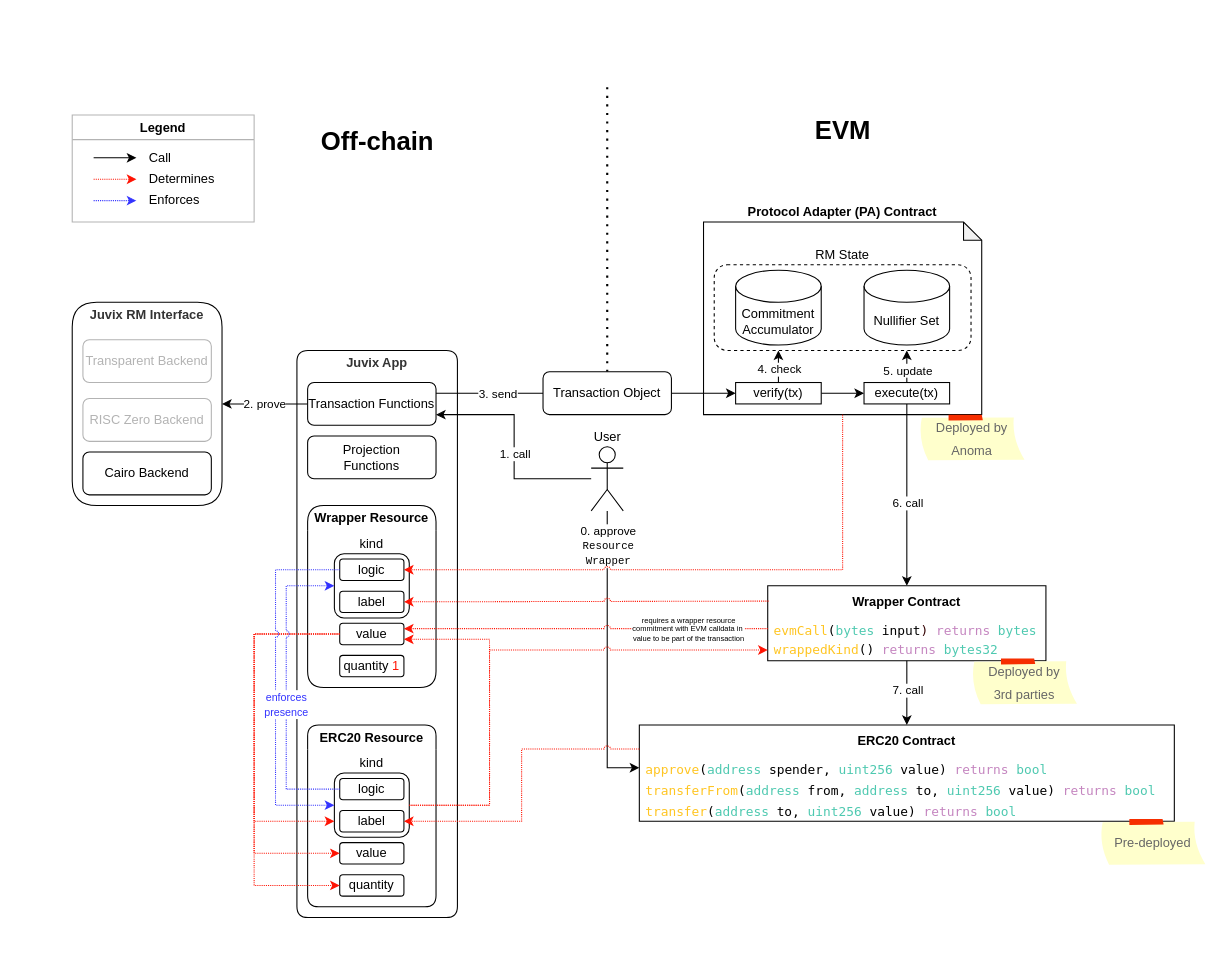
Earlier version of the draw.io diagram page "PA v2" (1 of 3) of EVMProtocolAdapter.drawio (anoma/evm-protocol-adapter). Source tidied: cells renumbered, new cells numbered last; positions are measured from the earlier drawing's top-left corner, leaving out a move shared by most shapes. Both pictures are drawn from the tidied source at 107%, with x=0, y=0 at pixel (18, 18).
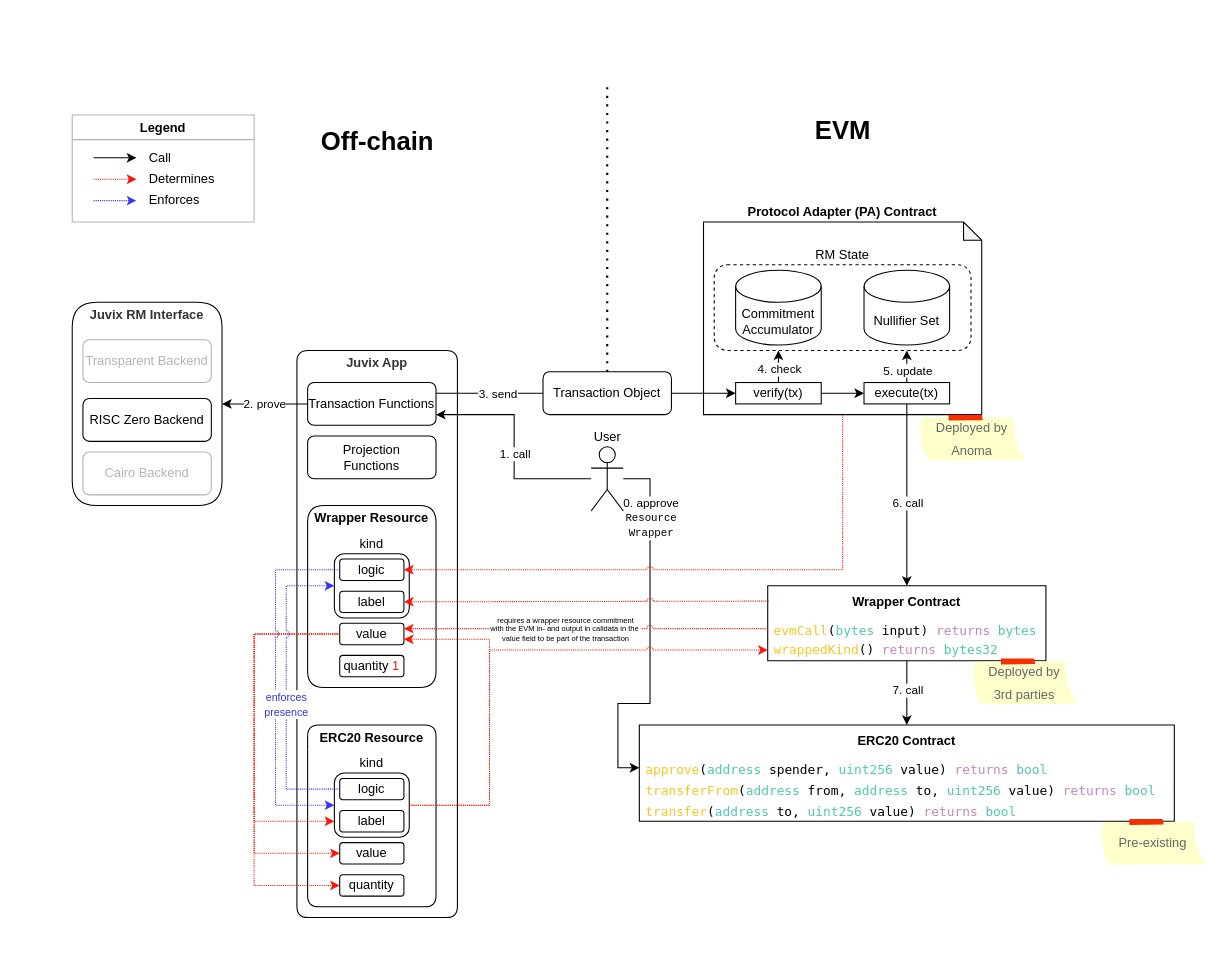
After the change.

Unchanged cells that the change refers to:
```xml
<mxCell id="27" value="&lt;b style=&quot;color: rgb(51, 51, 51);&quot;&gt;Juvix&amp;nbsp;&lt;/b&gt;&lt;b style=&quot;color: rgb(51, 51, 51);&quot;&gt;RM&lt;/b&gt;&lt;b style=&quot;color: rgb(51, 51, 51);&quot;&gt;&amp;nbsp;Interface&lt;/b&gt;" style="swimlane;whiteSpace=wrap;html=1;startSize=23;rounded=1;swimlaneLine=0;arcSize=50;" parent="1" vertex="1">
  <mxGeometry x="50" y="265" width="140" height="190" as="geometry" />
</mxCell>
<mxCell id="36" value="label" style="rounded=1;whiteSpace=wrap;html=1;" parent="34" vertex="1">
  <mxGeometry x="30" y="80" width="60" height="20" as="geometry" />
</mxCell>
<mxCell id="59" value="&lt;b&gt;ERC20 Contract&lt;/b&gt;" style="swimlane;fontStyle=0;horizontal=1;startSize=30;whiteSpace=wrap;html=1;rounded=0;swimlaneLine=0;" parent="1" vertex="1">
  <mxGeometry x="580" y="660" width="500" height="90" as="geometry" />
</mxCell>
<mxCell id="60" value="&lt;div style=&quot;color: rgb(212, 212, 212); font-family: Menlo, Monaco, &amp;quot;Courier New&amp;quot;, monospace; line-height: 18px; white-space: pre;&quot;&gt;&lt;span style=&quot;color: rgb(255, 197, 34);&quot;&gt;approve&lt;/span&gt;&lt;font style=&quot;color: rgb(0, 0, 0);&quot;&gt;(&lt;/font&gt;&lt;span style=&quot;color: rgb(78, 201, 176);&quot;&gt;address&lt;/span&gt;&lt;font style=&quot;color: rgb(0, 0, 0);&quot;&gt; spender, &lt;/font&gt;&lt;span style=&quot;color: rgb(78, 201, 176);&quot;&gt;uint256&lt;/span&gt;&lt;font style=&quot;color: rgb(0, 0, 0);&quot;&gt; value) &lt;/font&gt;&lt;span style=&quot;color: rgb(197, 134, 192);&quot;&gt;returns&lt;/span&gt;&lt;font style=&quot;color: rgb(0, 0, 0);&quot;&gt; &lt;/font&gt;&lt;span style=&quot;color: rgb(78, 201, 176);&quot;&gt;bool&lt;/span&gt;&lt;br&gt;&lt;/div&gt;" style="text;strokeColor=none;fillColor=none;align=left;verticalAlign=middle;spacingLeft=4;spacingRight=4;overflow=hidden;points=[[0,0.5],[1,0.5]];portConstraint=eastwest;whiteSpace=wrap;html=1;" parent="59" vertex="1">
  <mxGeometry y="30" width="500" height="20" as="geometry" />
</mxCell>
<mxCell id="63" style="rounded=0;jettySize=auto;html=1;dashed=1;exitX=0;exitY=0.5;exitDx=0;exitDy=0;strokeColor=#FF1303;dashPattern=1 1;jumpStyle=arc;edgeStyle=elbowEdgeStyle;entryX=1;entryY=0.25;entryDx=0;entryDy=0;" parent="1" edge="1" source="55" target="43">
  <mxGeometry relative="1" as="geometry">
    <Array as="points">
      <mxPoint x="450" y="560" />
    </Array>
  </mxGeometry>
</mxCell>
<mxCell id="76" value="User" style="shape=umlActor;verticalLabelPosition=top;verticalAlign=bottom;html=1;outlineConnect=0;labelPosition=center;align=center;" parent="1" vertex="1">
  <mxGeometry x="535" y="400" width="30" height="60" as="geometry" />
</mxCell>
```

The edit, as a diff of the source:
```diff
@@
-    <mxCell id="25" style="rounded=0;jettySize=auto;html=1;edgeStyle=elbowEdgeStyle;" parent="1" edge="1" source="76" target="60">
+    <mxCell id="25" style="rounded=0;jettySize=auto;html=1;edgeStyle=orthogonalEdgeStyle;entryX=0;entryY=0.5;entryDx=0;entryDy=0;" parent="1" edge="1" source="76" target="60">
       <mxGeometry relative="1" as="geometry">
         <Array as="points">
-          <mxPoint x="550" y="560" />
+          <mxPoint x="590" y="430" />
+          <mxPoint x="590" y="640" />
+          <mxPoint x="560" y="640" />
+          <mxPoint x="560" y="700" />
         </Array>
       </mxGeometry>
     </mxCell>
@@
-    <mxCell id="29" value="RISC Zero Backend" style="rounded=1;whiteSpace=wrap;html=1;fontColor=#B3B3B3;strokeColor=#B3B3B3;" parent="27" vertex="1">
+    <mxCell id="29" value="RISC Zero Backend" style="rounded=1;whiteSpace=wrap;html=1;fontColor=#000000;strokeColor=#000000;" parent="27" vertex="1">
       <mxGeometry x="10" y="90" width="120" height="40" as="geometry" />
     </mxCell>
-    <mxCell id="30" value="Cairo Backend" style="rounded=1;whiteSpace=wrap;html=1;" parent="27" vertex="1">
+    <mxCell id="30" value="Cairo Backend" style="rounded=1;whiteSpace=wrap;html=1;strokeColor=#B3B3B3;fontColor=#B3B3B3;" parent="27" vertex="1">
       <mxGeometry x="10" y="140" width="120" height="40" as="geometry" />
     </mxCell>
@@
-    <mxCell id="64" value="&lt;font&gt;requires a wrapper resource&lt;br&gt;commitment with EVM calldata in&amp;nbsp;&lt;/font&gt;&lt;div&gt;&lt;font&gt;value&amp;nbsp;&lt;/font&gt;&lt;span style=&quot;background-color: light-dark(#ffffff, var(--ge-dark-color, #121212)); color: light-dark(rgb(0, 0, 0), rgb(255, 255, 255));&quot;&gt;to be part of the transaction&lt;/span&gt;&lt;/div&gt;" style="edgeLabel;html=1;align=center;verticalAlign=middle;fontSize=7;" parent="63" vertex="1">
+    <mxCell id="64" value="&lt;font&gt;requires a wrapper resource commitment&lt;/font&gt;&lt;div&gt;&lt;font&gt;with the EVM in- and output&amp;nbsp;&lt;/font&gt;&lt;font style=&quot;background-color: light-dark(#ffffff, var(--ge-dark-color, #121212)); color: light-dark(rgb(0, 0, 0), rgb(255, 255, 255));&quot;&gt;in calldata in the&amp;nbsp;&lt;/font&gt;&lt;/div&gt;&lt;div&gt;&lt;font style=&quot;color: light-dark(rgb(0, 0, 0), rgb(255, 255, 255)); background-color: light-dark(#ffffff, var(--ge-dark-color, #121212));&quot;&gt;value field&amp;nbsp;&lt;/font&gt;&lt;span style=&quot;color: light-dark(rgb(0, 0, 0), rgb(255, 255, 255)); background-color: light-dark(#ffffff, var(--ge-dark-color, #121212));&quot;&gt;to be part of the transaction&lt;/span&gt;&lt;/div&gt;" style="edgeLabel;html=1;align=center;verticalAlign=middle;fontSize=7;" parent="63" vertex="1">
       <mxGeometry x="-0.32" y="-2" relative="1" as="geometry">
-        <mxPoint x="41" y="2" as="offset" />
+        <mxPoint x="-74" y="2" as="offset" />
       </mxGeometry>
     </mxCell>
-    <mxCell id="65" style="rounded=0;jettySize=auto;html=1;exitX=0;exitY=0.25;exitDx=0;exitDy=0;jumpStyle=arc;dashed=1;dashPattern=1 1;edgeStyle=elbowEdgeStyle;entryX=1;entryY=0.5;entryDx=0;entryDy=0;strokeColor=#FF1303;" parent="1" edge="1" source="59" target="36">
-      <mxGeometry relative="1" as="geometry">
-        <Array as="points">
-          <mxPoint x="470" y="690" />
-        </Array>
-      </mxGeometry>
-    </mxCell>
@@
-    <mxCell id="77" value="&lt;span style=&quot;font-size: 12px;&quot;&gt;Pre-deployed&lt;/span&gt;" style="strokeWidth=1;shadow=0;dashed=0;align=center;html=1;shape=mxgraph.mockup.text.stickyNote2;fontColor=#666666;mainText=;fontSize=17;whiteSpace=wrap;fillColor=#ffffcc;strokeColor=#F62E00;" parent="1" vertex="1">
+    <mxCell id="77" value="&lt;span style=&quot;font-size: 12px;&quot;&gt;Pre-existing&lt;/span&gt;" style="strokeWidth=1;shadow=0;dashed=0;align=center;html=1;shape=mxgraph.mockup.text.stickyNote2;fontColor=#666666;mainText=;fontSize=17;whiteSpace=wrap;fillColor=#ffffcc;strokeColor=#F62E00;" parent="1" vertex="1">
       <mxGeometry x="1010" y="748" width="100" height="43" as="geometry" />
     </mxCell>
```
